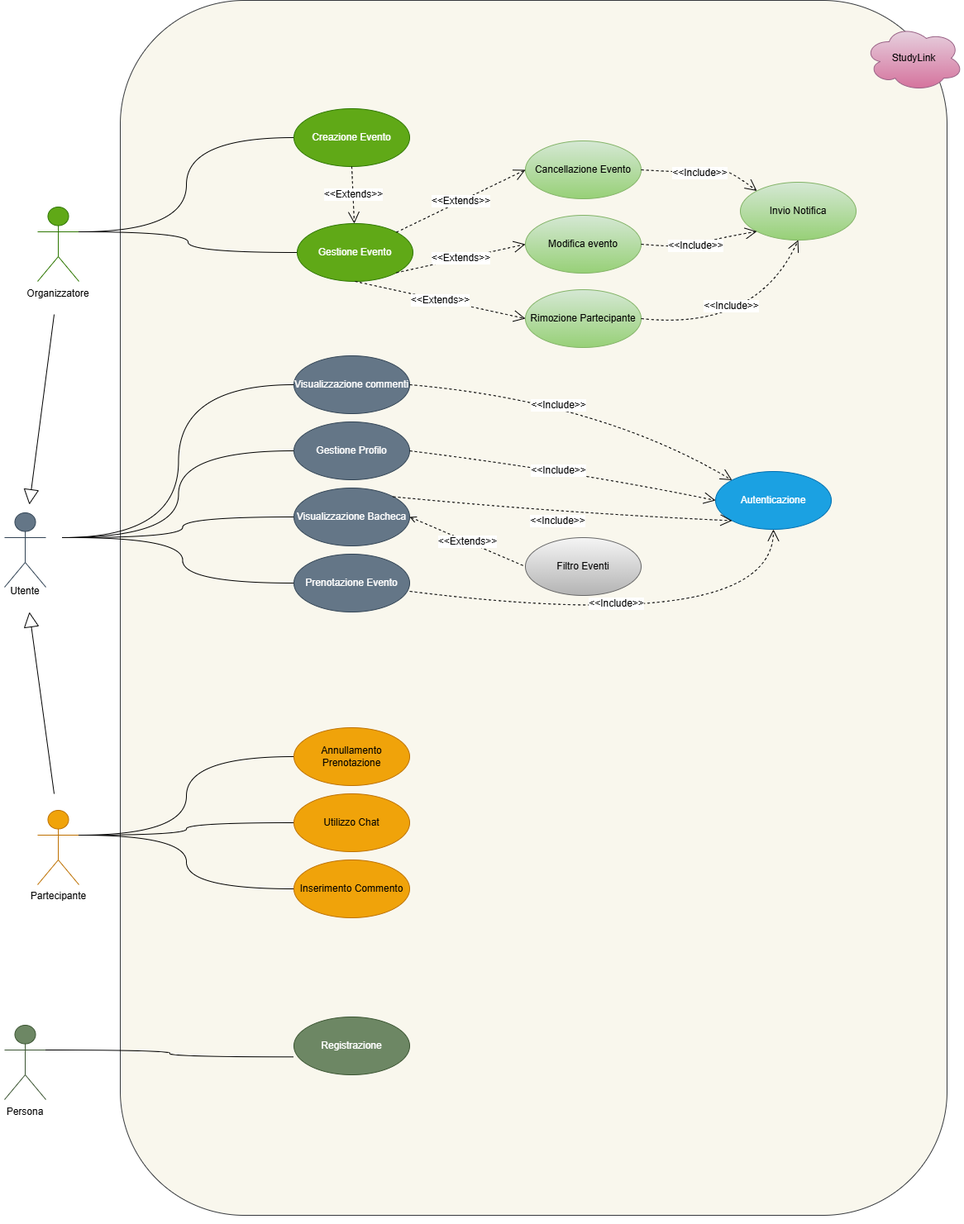
This is latex/images/modello-dei-casi-d-uso.png from federicoporpora/studyLink, a draw.io export, as it was before one commit. Source tidied: cells renumbered, new cells last; positions are measured from the earlier drawing's top-left corner, leaving out a move shared by most shapes.
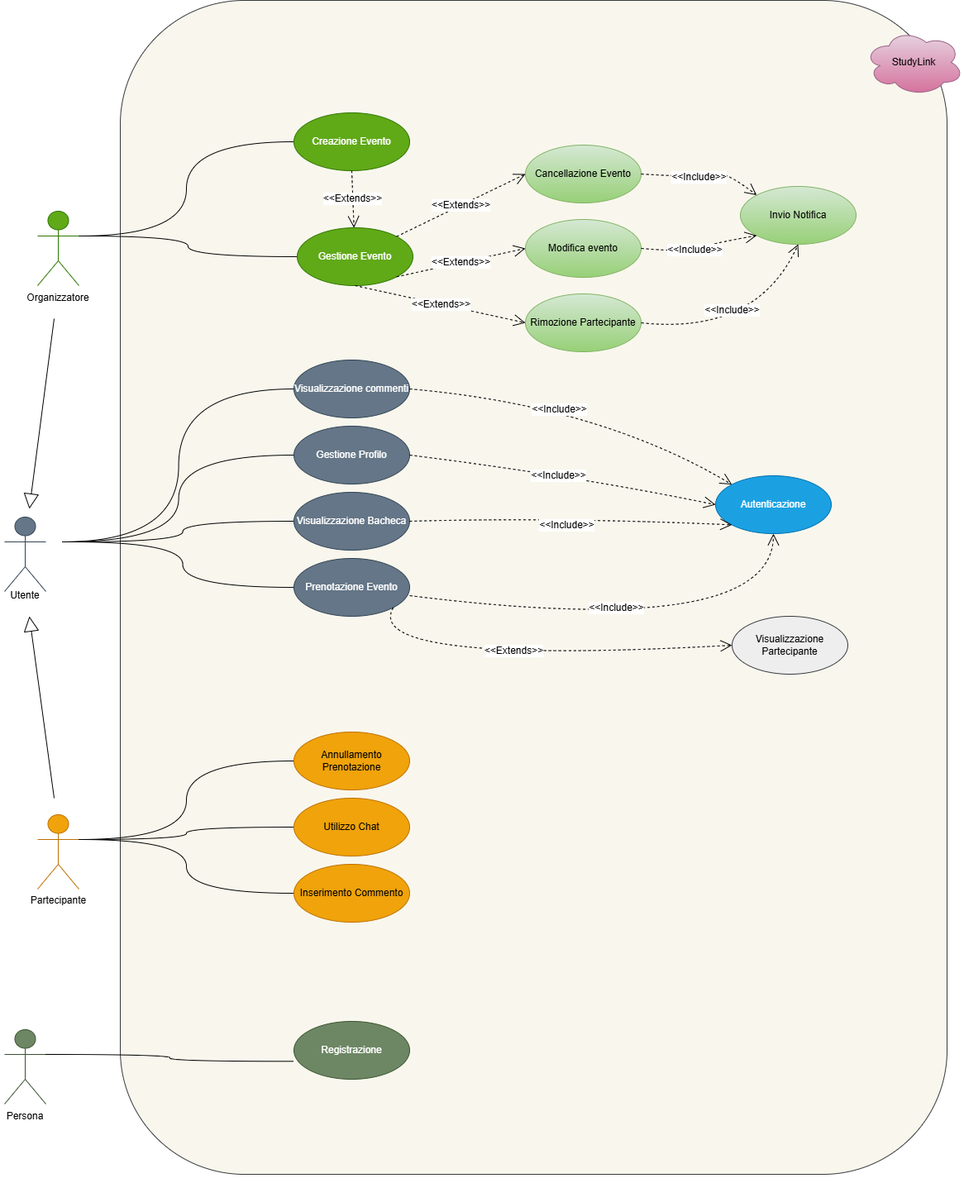
The same diagram one commit later.

The edit, as a diff of the source:
```diff
@@ -6,7 +6,7 @@
       <mxGeometry x="5" y="620" width="50" height="90" as="geometry" />
     </mxCell>
     <mxCell id="3" style="rounded=1;whiteSpace=wrap;html=1;fillColor=#f9f7ed;strokeColor=#36393d;" parent="1" vertex="1">
-      <mxGeometry x="145" width="1000" height="1470" as="geometry" />
+      <mxGeometry x="145" y="-5" width="1000" height="1420" as="geometry" />
     </mxCell>
     <mxCell id="4" style="edgeStyle=none;curved=1;rounded=0;orthogonalLoop=1;jettySize=auto;html=1;exitX=0;exitY=1;exitDx=0;exitDy=0;fontSize=12;startSize=8;endSize=8;" parent="1" edge="1" source="3" target="3">
       <mxGeometry relative="1" as="geometry" />
@@ -80,12 +80,6 @@
     <mxCell id="24" style="endArrow=none;html=1;edgeStyle=orthogonalEdgeStyle;rounded=0;fontSize=12;startSize=8;endSize=8;curved=1;entryX=0;entryY=0.5;entryDx=0;entryDy=0;exitX=1;exitY=0.3333333333333333;exitDx=0;exitDy=0;exitPerimeter=0;" parent="1" edge="1" source="6" target="20">
       <mxGeometry relative="1" as="geometry" />
     </mxCell>
-    <mxCell id="25" value="Filtro Eventi" style="ellipse;whiteSpace=wrap;html=1;fillColor=#f5f5f5;strokeColor=#666666;gradientColor=#b3b3b3;" parent="1" vertex="1">
-      <mxGeometry x="635" y="650" width="140" height="70" as="geometry" />
-    </mxCell>
-    <mxCell id="26" value="&amp;lt;&amp;lt;Extends&amp;gt;&amp;gt;" style="endArrow=none;endSize=12;dashed=1;html=1;rounded=0;fontSize=12;curved=1;exitX=1;exitY=0.5;exitDx=0;exitDy=0;entryX=0;entryY=0.5;entryDx=0;entryDy=0;endFill=0;startArrow=open;startFill=0;" parent="1" edge="1" source="9" target="25">
-      <mxGeometry relative="1" as="geometry" />
-    </mxCell>
     <mxCell id="27" value="Invio Notifica" style="ellipse;whiteSpace=wrap;html=1;fillColor=#d5e8d4;strokeColor=#82b366;gradientColor=#97d077;" parent="1" vertex="1">
       <mxGeometry x="895" y="220" width="140" height="70" as="geometry" />
     </mxCell>
@@ -99,7 +93,7 @@
         </Array>
       </mxGeometry>
     </mxCell>
-    <mxCell id="30" value="&amp;lt;&amp;lt;Include&amp;gt;&amp;gt;" style="endArrow=open;endSize=12;dashed=1;html=1;rounded=0;fontSize=12;curved=1;entryX=0;entryY=1;entryDx=0;entryDy=0;exitX=1;exitY=0;exitDx=0;exitDy=0;" parent="1" edge="1" source="9" target="28">
+    <mxCell id="30" value="&amp;lt;&amp;lt;Include&amp;gt;&amp;gt;" style="endArrow=open;endSize=12;dashed=1;html=1;rounded=0;fontSize=12;curved=1;entryX=0;entryY=1;entryDx=0;entryDy=0;exitX=1;exitY=0.5;exitDx=0;exitDy=0;" parent="1" edge="1" source="9" target="28">
       <mxGeometry x="-0.02" y="-10" relative="1" as="geometry">
         <Array as="points">
           <mxPoint x="675" y="620" />
@@ -207,5 +201,15 @@
         </Array>
       </mxGeometry>
     </mxCell>
+    <mxCell id="54" value="Visualizzazione Partecipante" style="ellipse;whiteSpace=wrap;html=1;fillColor=#eeeeee;strokeColor=#36393d;" parent="1" vertex="1">
+      <mxGeometry x="885" y="740" width="140" height="70" as="geometry" />
+    </mxCell>
+    <mxCell id="26" value="&amp;lt;&amp;lt;Extends&amp;gt;&amp;gt;" style="endArrow=open;endSize=12;dashed=1;html=1;rounded=0;fontSize=12;curved=1;exitX=1;exitY=1;exitDx=0;exitDy=0;entryX=0;entryY=0.5;entryDx=0;entryDy=0;" parent="1" edge="1" source="8" target="54">
+      <mxGeometry y="8" relative="1" as="geometry">
+        <Array as="points">
+          <mxPoint x="435" y="800" />
+        </Array>
+      </mxGeometry>
+    </mxCell>
   </root>
 </mxGraphModel>
```
